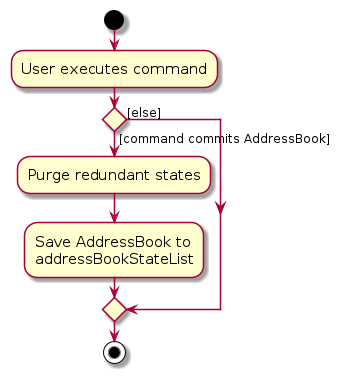
Before: diagrams/CommitActivityDiagram.png, a diagram exported from PlantUML (AY2627S1-CS2103T-T14-2/tp). Its source is kept beside it as diagrams/CommitActivityDiagram.puml. The source it was exported from:
```plantuml
@startuml
skin rose
skinparam ActivityFontSize 15
skinparam ArrowFontSize 12
start
:User executes command;


if () then ([command commits AddressBook])
    :Purge redundant states;
    :Save AddressBook to
    addressBookStateList;
else ([else])
endif
stop
@enduml
```
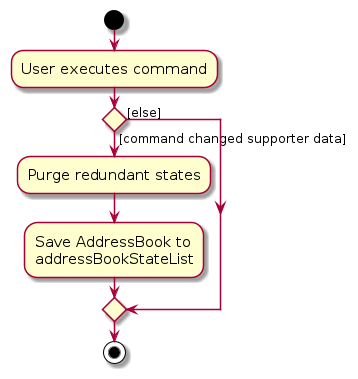
Above is the later version.

Diff of the diagram source:
```diff
@@ -6,7 +6,7 @@
 :User executes command;
 
 
-if () then ([command commits AddressBook])
+if () then ([command changed supporter data])
     :Purge redundant states;
     :Save AddressBook to
     addressBookStateList;
```
